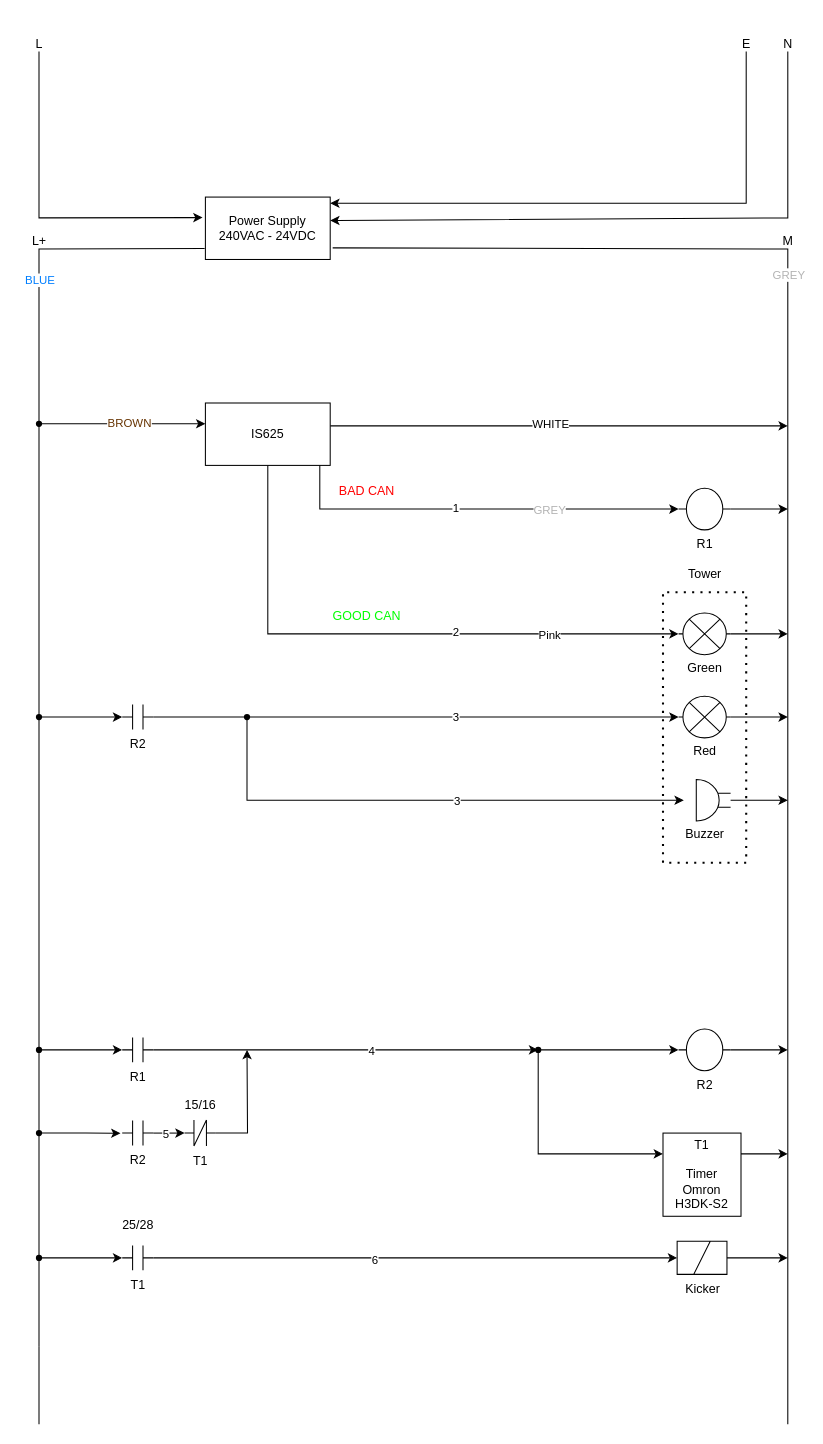
Above: Upside Down Detector.drawio in nicholas-carnie/Nicks-files (draw.io), before the change. Source tidied: cells renumbered, new cells numbered last; positions are measured from the earlier drawing's top-left corner, leaving out a move shared by most shapes. Both pictures are drawn from the tidied source at 104%, with x=0, y=0 at pixel (18, 28).
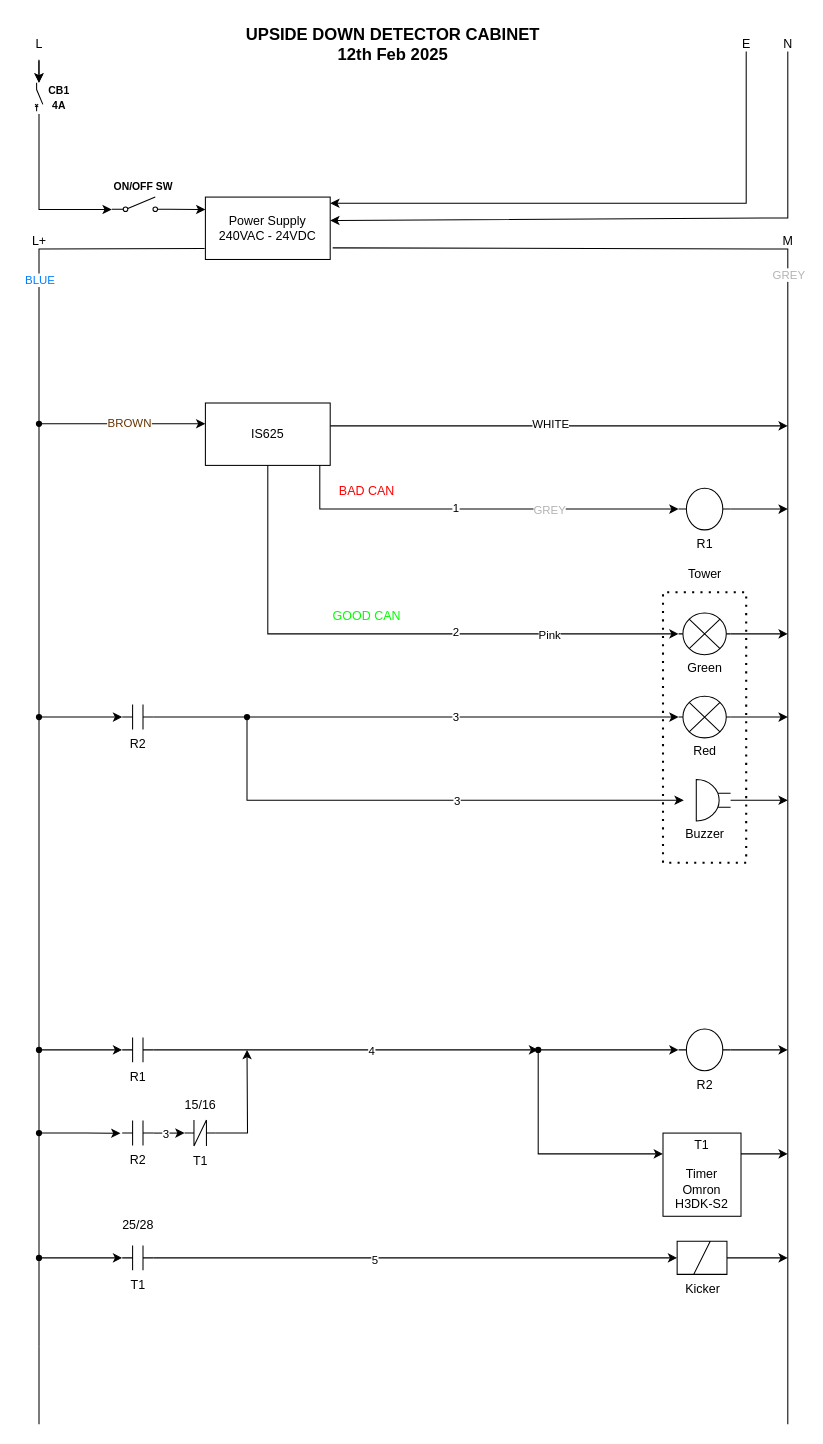
The same page after the edit.

The change refers to these unchanged cells:
```xml
<mxCell id="2" value="Power Supply&lt;div&gt;240VAC - 24VDC&lt;/div&gt;" style="rounded=0;whiteSpace=wrap;html=1;" parent="1" vertex="1">
  <mxGeometry x="180" y="162" width="120" height="60" as="geometry" />
</mxCell>
<mxCell id="4" value="L" style="text;html=1;align=center;verticalAlign=middle;points=[];strokeColor=none;fillColor=none;" parent="1" vertex="1">
  <mxGeometry x="5" width="30" height="30" as="geometry" />
</mxCell>
<mxCell id="62" style="edgeStyle=orthogonalEdgeStyle;rounded=0;jettySize=auto;html=1;exitX=1;exitY=0.5;exitDx=0;exitDy=0;exitPerimeter=0;entryX=0;entryY=0.5;entryDx=0;entryDy=0;entryPerimeter=0;" parent="1" edge="1" source="56" target="61">
  <mxGeometry relative="1" as="geometry" />
</mxCell>
<mxCell id="79" style="edgeStyle=orthogonalEdgeStyle;rounded=0;jettySize=auto;html=1;entryX=0;entryY=0.5;entryDx=0;entryDy=0;entryPerimeter=0;" parent="1" edge="1" source="74" target="78">
  <mxGeometry relative="1" as="geometry" />
</mxCell>
```

Diff of the diagram source:
```diff
@@
-    <mxCell id="3" style="endArrow=classic;html=1;rounded=0;entryX=-0.023;entryY=0.329;entryDx=0;entryDy=0;entryPerimeter=0;" parent="1" edge="1" target="2">
-      <mxGeometry relative="1" as="geometry">
-        <mxPoint x="20" y="22" as="sourcePoint" />
-        <Array as="points">
-          <mxPoint x="20" y="182" />
-        </Array>
-      </mxGeometry>
-    </mxCell>
+    <mxCell id="84" style="edgeStyle=orthogonalEdgeStyle;rounded=0;jettySize=auto;html=1;" parent="1" edge="1" source="4" target="86">
+      <mxGeometry relative="1" as="geometry" />
+    </mxCell>
@@
-    <mxCell id="63" value="5" style="edgeLabel;html=1;align=center;verticalAlign=middle;" parent="62" vertex="1">
+    <mxCell id="63" value="3" style="edgeLabel;html=1;align=center;verticalAlign=middle;" parent="62" vertex="1">
       <mxGeometry x="-0.3" relative="1" as="geometry" />
     </mxCell>
@@
-    <mxCell id="80" value="6" style="edgeLabel;html=1;align=center;verticalAlign=middle;" parent="79" vertex="1">
+    <mxCell id="80" value="5" style="edgeLabel;html=1;align=center;verticalAlign=middle;" parent="79" vertex="1">
       <mxGeometry x="-0.16" y="-1" relative="1" as="geometry" />
     </mxCell>
@@
+    <mxCell id="85" style="html=1;shape=mxgraph.electrical.electro-mechanical.singleSwitch;elSwitchState=off;" parent="1" vertex="1">
+      <mxGeometry x="90" y="162" width="55" height="14.7" as="geometry" />
+    </mxCell>
+    <mxCell id="86" style="verticalLabelPosition=bottom;shadow=0;dashed=0;align=center;html=1;verticalAlign=top;shape=mxgraph.electrical.electro-mechanical.circuitBreaker2;elSwitchState=off;direction=south;" parent="1" vertex="1">
+      <mxGeometry x="16.2" y="52" width="7.5" height="27.5" as="geometry" />
+    </mxCell>
+    <mxCell id="87" style="endArrow=classic;html=1;rounded=0;exitX=0.497;exitY=1.033;exitDx=0;exitDy=0;exitPerimeter=0;" parent="1" edge="1" source="4" target="86">
+      <mxGeometry relative="1" as="geometry" />
+    </mxCell>
+    <mxCell id="88" style="endArrow=classic;html=1;rounded=0;" parent="1" edge="1">
+      <mxGeometry relative="1" as="geometry">
+        <mxPoint x="20" y="82" as="sourcePoint" />
+        <mxPoint x="90" y="174" as="targetPoint" />
+        <Array as="points">
+          <mxPoint x="20" y="174" />
+        </Array>
+      </mxGeometry>
+    </mxCell>
+    <mxCell id="89" style="endArrow=classic;html=1;rounded=0;exitX=1;exitY=0.8;exitDx=0;exitDy=0;" parent="1" edge="1" source="85">
+      <mxGeometry relative="1" as="geometry">
+        <mxPoint x="180" y="174" as="targetPoint" />
+      </mxGeometry>
+    </mxCell>
+    <mxCell id="90" value="&lt;font style=&quot;font-size: 10px;&quot;&gt;CB1&lt;/font&gt;&lt;div&gt;&lt;font style=&quot;font-size: 10px;&quot;&gt;4A&lt;/font&gt;&lt;/div&gt;" style="text;html=1;align=center;verticalAlign=middle;strokeColor=none;fillColor=none;fontStyle=1;" parent="1" vertex="1">
+      <mxGeometry x="18.8" y="45.8" width="40" height="40" as="geometry" />
+    </mxCell>
+    <mxCell id="91" value="ON/OFF SW" style="text;html=1;align=center;verticalAlign=middle;strokeColor=none;fillColor=none;fontSize=10;fontStyle=1;" parent="1" vertex="1">
+      <mxGeometry x="80" y="137" width="80" height="30" as="geometry" />
+    </mxCell>
+    <mxCell id="92" value="UPSIDE DOWN DETECTOR CABINET&lt;div&gt;12th Feb 2025&lt;/div&gt;" style="text;html=1;align=center;verticalAlign=middle;strokeColor=none;fillColor=none;fontStyle=1;fontSize=16;" parent="1" vertex="1">
+      <mxGeometry x="210" y="-10" width="300" height="50" as="geometry" />
+    </mxCell>
```
